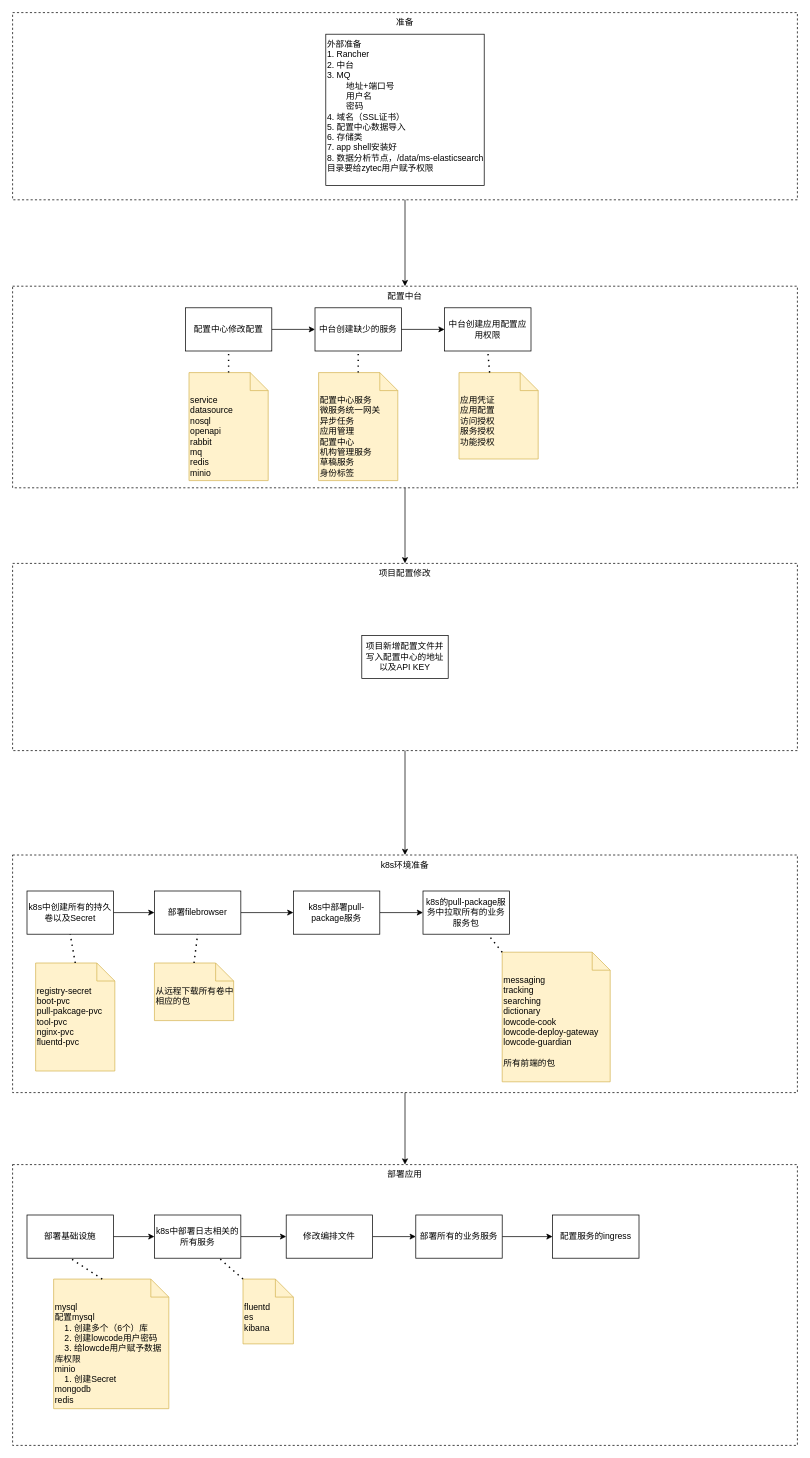
The draw.io diagram 部署流程.drawio in ProgrammerLZ/drawio, before the edit. Source tidied: cells renumbered, new cells numbered last; positions are measured from the earlier drawing's top-left corner, leaving out a move shared by most shapes. Both pictures are drawn from the tidied source at 72%, with x=0, y=0 at pixel (12, 12).
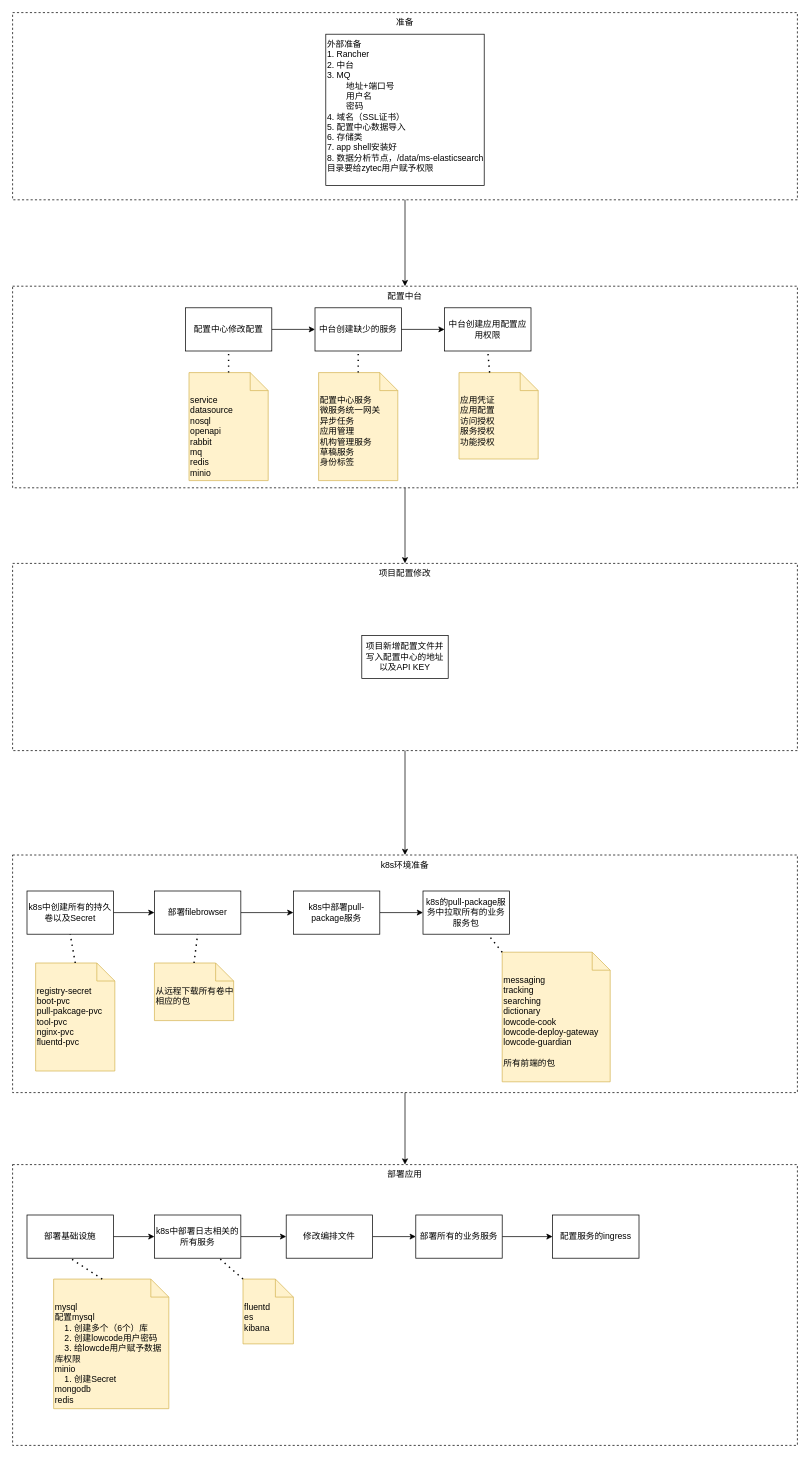
Above is the later version.

Commit message:
更新部署流程.drawio

What changed in the source:
```diff
@@
-    <mxCell id="36" value="&lt;div&gt;配置中心服务&lt;/div&gt;微服务统一网关&lt;div&gt;异步任务&lt;/div&gt;&lt;div&gt;应用管理&lt;/div&gt;&lt;div&gt;配置中心&lt;/div&gt;&lt;div&gt;机构管理服务&lt;/div&gt;&lt;div&gt;草稿服务&lt;/div&gt;&lt;div&gt;身份标签&lt;/div&gt;" style="shape=note2;boundedLbl=1;whiteSpace=wrap;html=1;size=25;verticalAlign=top;align=left;fillColor=#fff2cc;strokeColor=#d6b656;" parent="1" vertex="1">
+    <mxCell id="36" value="&lt;div&gt;配置中心服务&lt;/div&gt;微服务统一网关&lt;div&gt;异步任务&lt;/div&gt;&lt;div&gt;应用管理&lt;/div&gt;&lt;div&gt;机构管理服务&lt;/div&gt;&lt;div&gt;草稿服务&lt;/div&gt;&lt;div&gt;身份标签&lt;/div&gt;" style="shape=note2;boundedLbl=1;whiteSpace=wrap;html=1;size=25;verticalAlign=top;align=left;fillColor=#fff2cc;strokeColor=#d6b656;" parent="1" vertex="1">
       <mxGeometry x="425" y="500" width="110" height="150" as="geometry" />
     </mxCell>
```
